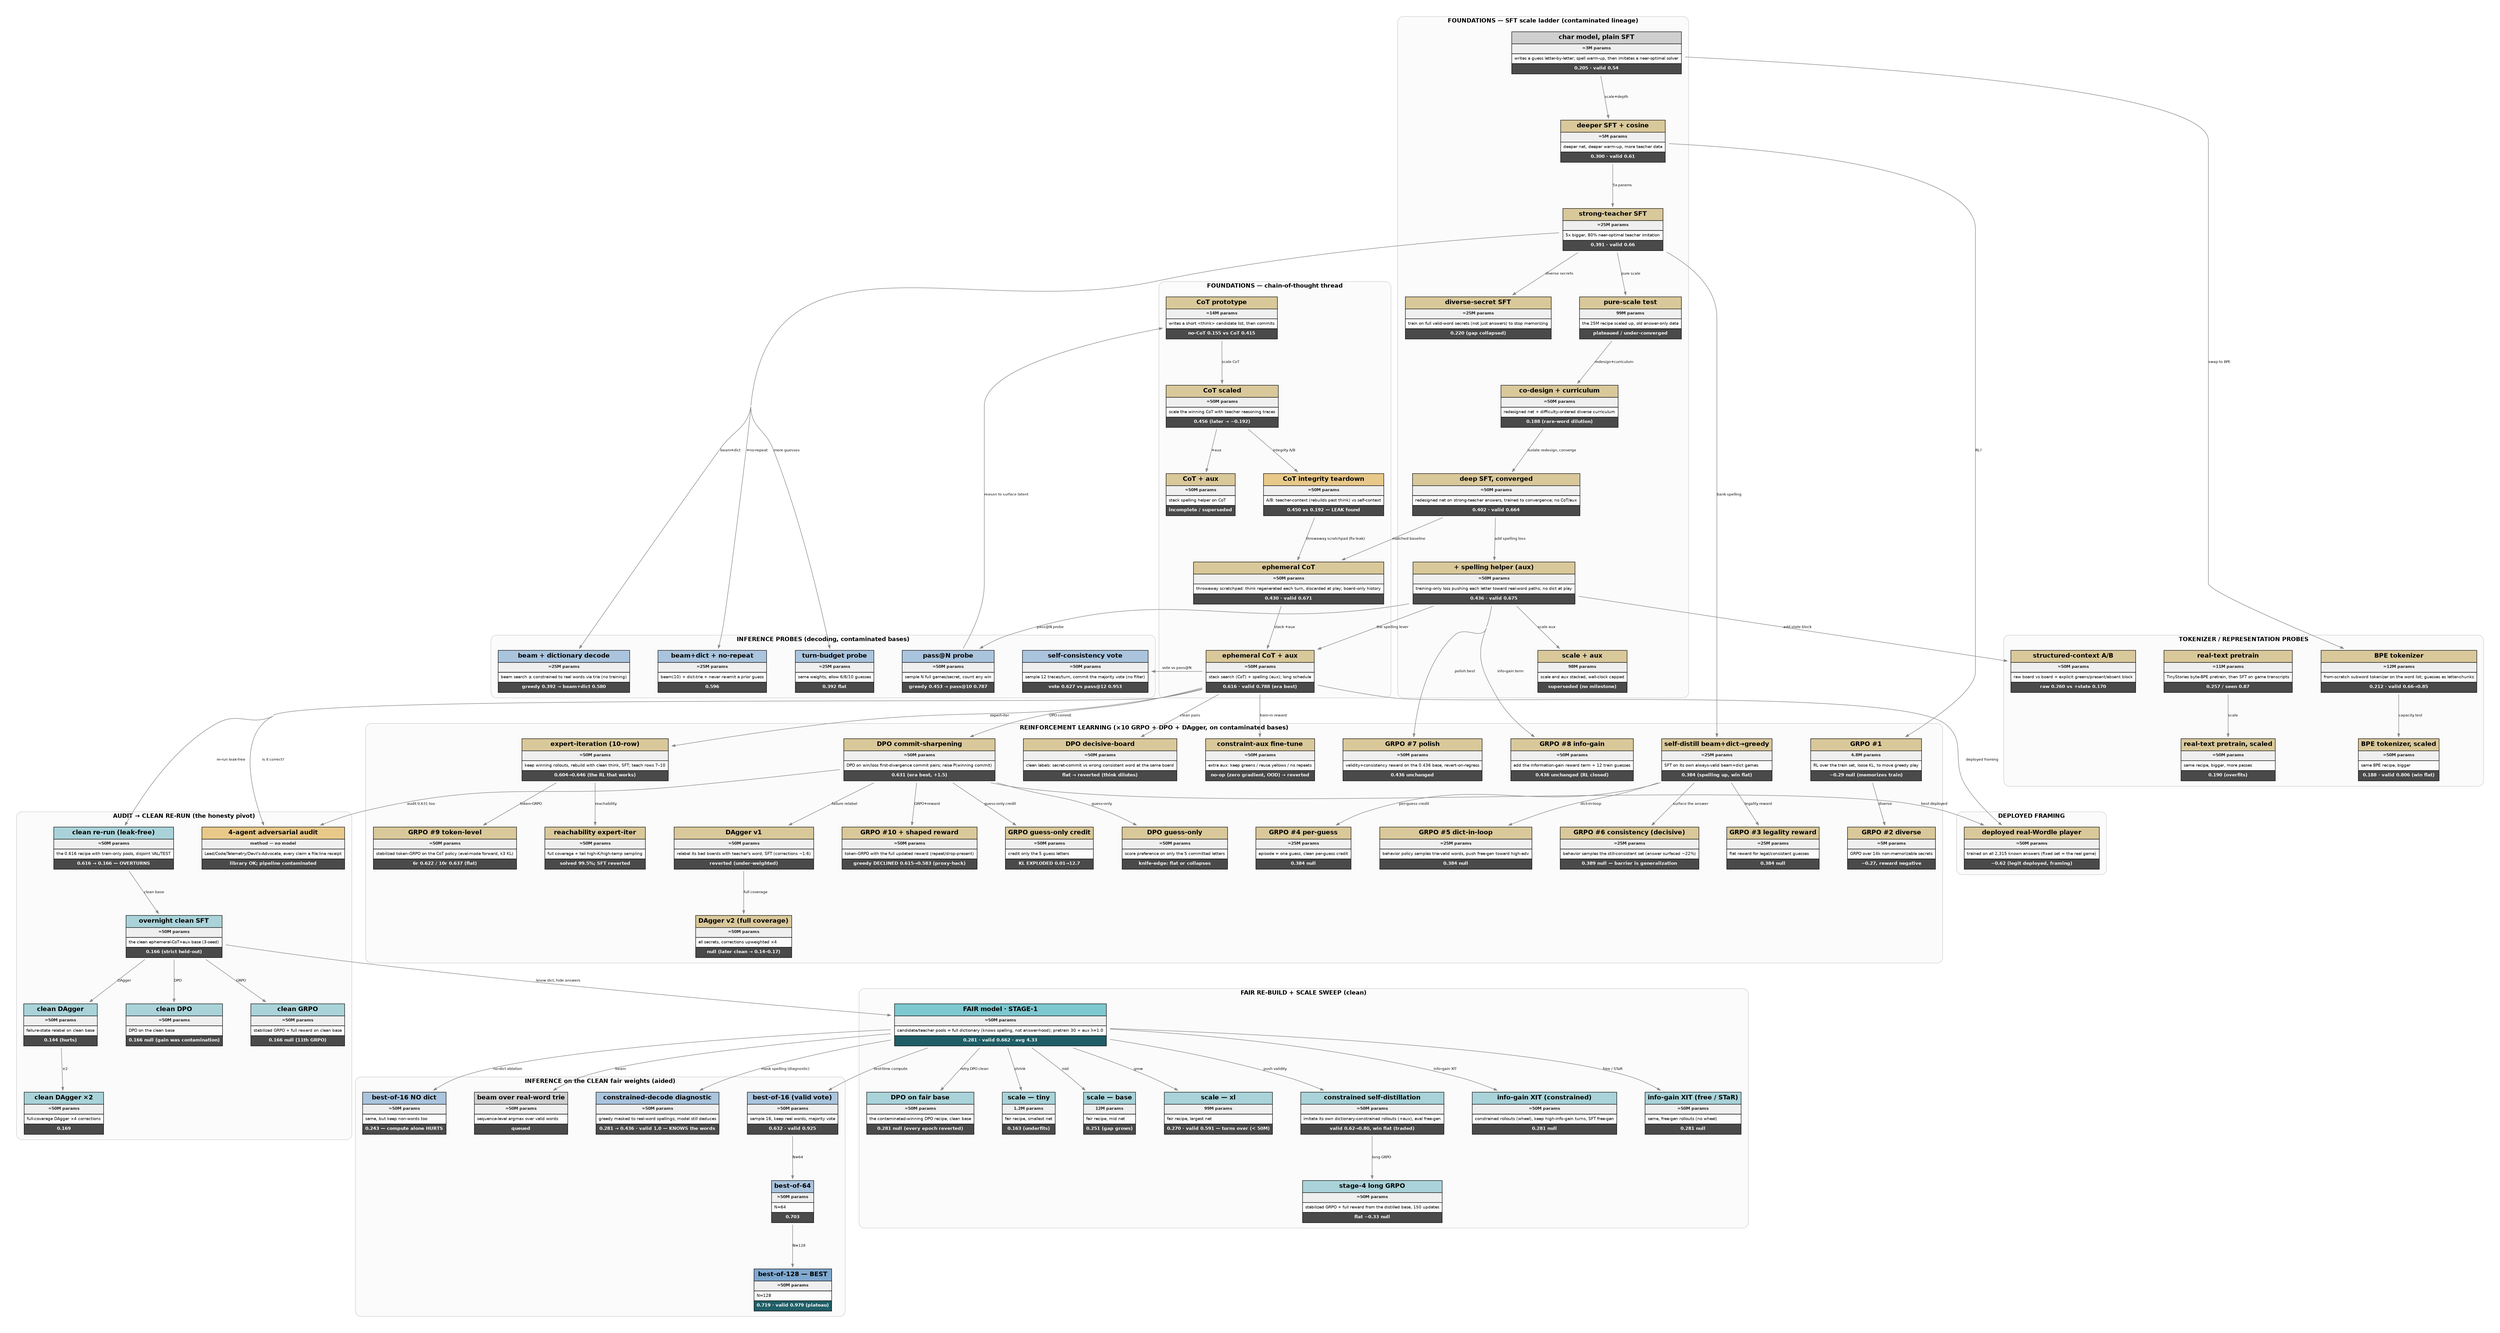
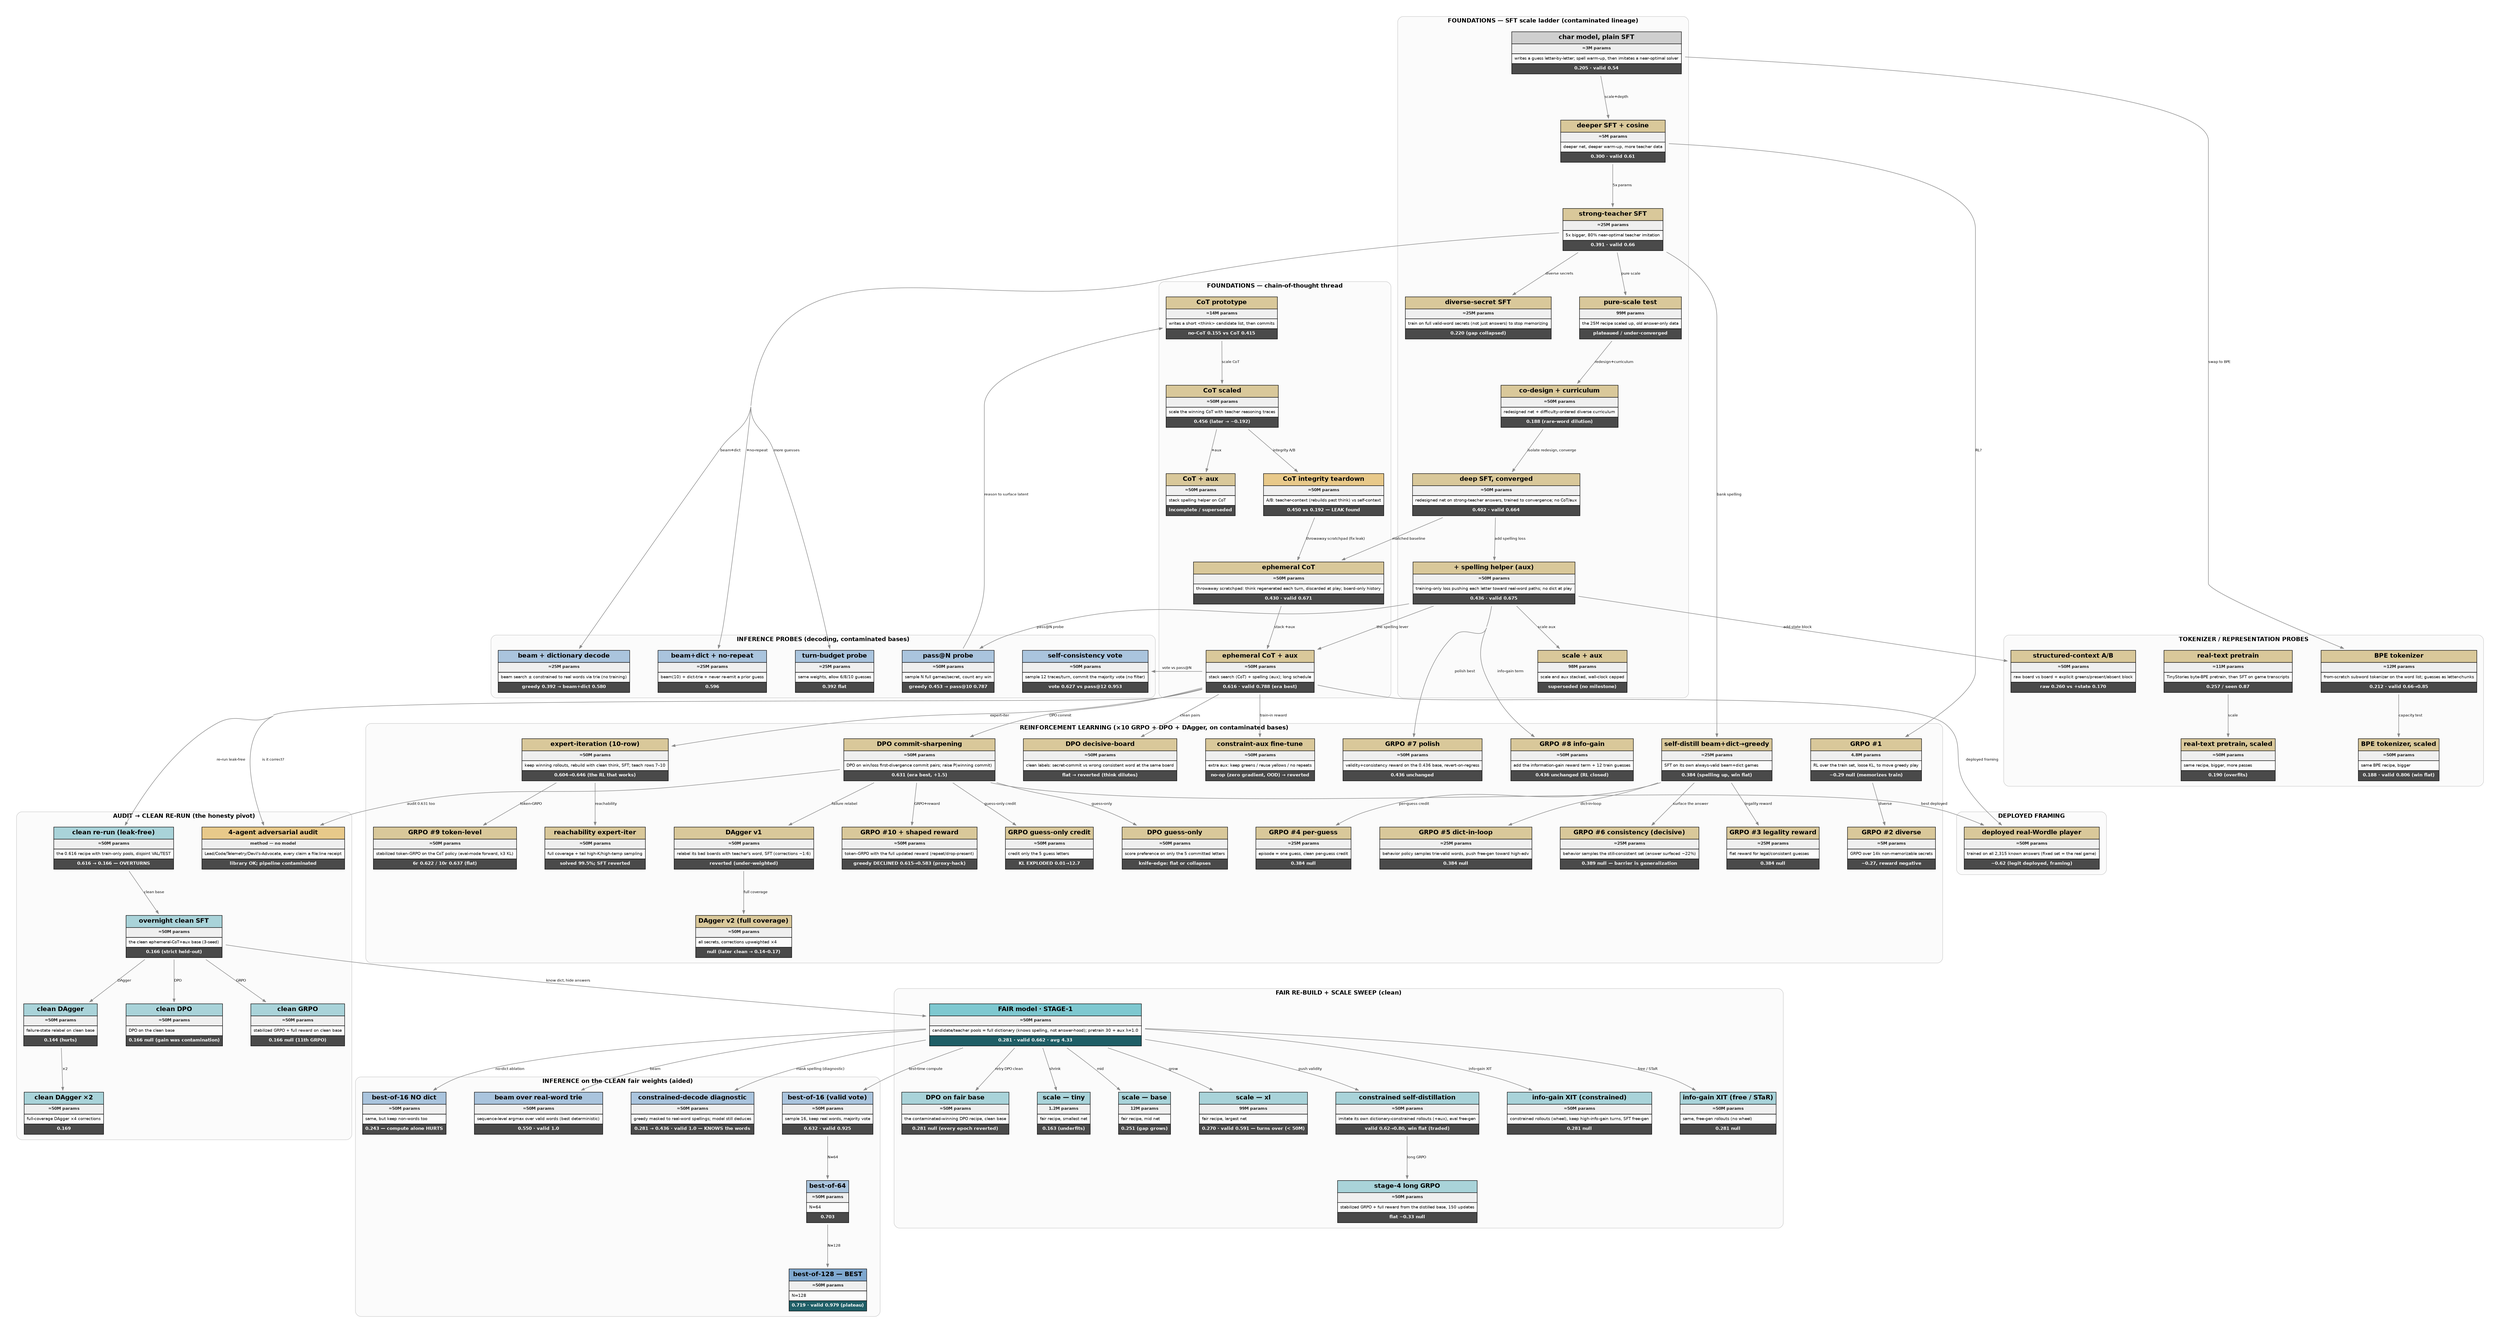
digraph experiments {
  rankdir=TB; bgcolor="white";
  graph [fontname="Helvetica", ranksep=1.2, nodesep=0.65, fontsize=13, concentrate=true, splines=spline, pad=0.4];
  node [shape=plaintext, fontname="Helvetica"];
  edge [fontname="Helvetica", fontsize=8, color="#888888", penwidth=1.1, arrowsize=0.7];
  subgraph cluster_found { label=<<B>FOUNDATIONS — SFT scale ladder (contaminated lineage)</B>>; fontsize=13; color="#cccccc"; style="rounded"; bgcolor="#fbfbfb";
    sft_3m [label=<<TABLE BORDER="0" CELLBORDER="1" CELLSPACING="0" CELLPADDING="5"><TR><TD BGCOLOR="#cfcfcf"><B>char model, plain SFT</B></TD></TR><TR><TD BGCOLOR="#efefef"><FONT POINT-SIZE="9" COLOR="#222222"><B>≈3M params</B></FONT></TD></TR><TR><TD ALIGN="LEFT"><FONT POINT-SIZE="9">writes a guess letter-by-letter; spell warm-up, then imitates a near-optimal solver</FONT></TD></TR><TR><TD BGCOLOR="#4a4a4a"><FONT COLOR="white" POINT-SIZE="10"><B>0.205 · valid 0.54</B></FONT></TD></TR></TABLE>>];
    sft_5m [label=<<TABLE BORDER="0" CELLBORDER="1" CELLSPACING="0" CELLPADDING="5"><TR><TD BGCOLOR="#d9c89a"><B>deeper SFT + cosine</B></TD></TR><TR><TD BGCOLOR="#efefef"><FONT POINT-SIZE="9" COLOR="#222222"><B>≈5M params</B></FONT></TD></TR><TR><TD ALIGN="LEFT"><FONT POINT-SIZE="9">deeper net, deeper warm-up, more teacher data</FONT></TD></TR><TR><TD BGCOLOR="#4a4a4a"><FONT COLOR="white" POINT-SIZE="10"><B>0.300 · valid 0.61</B></FONT></TD></TR></TABLE>>];
    sft_25m [label=<<TABLE BORDER="0" CELLBORDER="1" CELLSPACING="0" CELLPADDING="5"><TR><TD BGCOLOR="#d9c89a"><B>strong-teacher SFT</B></TD></TR><TR><TD BGCOLOR="#efefef"><FONT POINT-SIZE="9" COLOR="#222222"><B>≈25M params</B></FONT></TD></TR><TR><TD ALIGN="LEFT"><FONT POINT-SIZE="9">5x bigger, 80% near-optimal teacher imitation</FONT></TD></TR><TR><TD BGCOLOR="#4a4a4a"><FONT COLOR="white" POINT-SIZE="10"><B>0.391 · valid 0.66</B></FONT></TD></TR></TABLE>>];
    sft_25m_div [label=<<TABLE BORDER="0" CELLBORDER="1" CELLSPACING="0" CELLPADDING="5"><TR><TD BGCOLOR="#d9c89a"><B>diverse-secret SFT</B></TD></TR><TR><TD BGCOLOR="#efefef"><FONT POINT-SIZE="9" COLOR="#222222"><B>≈25M params</B></FONT></TD></TR><TR><TD ALIGN="LEFT"><FONT POINT-SIZE="9">train on full valid-word secrets (not just answers) to stop memorizing</FONT></TD></TR><TR><TD BGCOLOR="#4a4a4a"><FONT COLOR="white" POINT-SIZE="10"><B>0.220 (gap collapsed)</B></FONT></TD></TR></TABLE>>];
    scale_99m [label=<<TABLE BORDER="0" CELLBORDER="1" CELLSPACING="0" CELLPADDING="5"><TR><TD BGCOLOR="#d9c89a"><B>pure-scale test</B></TD></TR><TR><TD BGCOLOR="#efefef"><FONT POINT-SIZE="9" COLOR="#222222"><B>99M params</B></FONT></TD></TR><TR><TD ALIGN="LEFT"><FONT POINT-SIZE="9">the 25M recipe scaled up, old answer-only data</FONT></TD></TR><TR><TD BGCOLOR="#4a4a4a"><FONT COLOR="white" POINT-SIZE="10"><B>plateaued / under-converged</B></FONT></TD></TR></TABLE>>];
    codesign_50m [label=<<TABLE BORDER="0" CELLBORDER="1" CELLSPACING="0" CELLPADDING="5"><TR><TD BGCOLOR="#d9c89a"><B>co-design + curriculum</B></TD></TR><TR><TD BGCOLOR="#efefef"><FONT POINT-SIZE="9" COLOR="#222222"><B>≈50M params</B></FONT></TD></TR><TR><TD ALIGN="LEFT"><FONT POINT-SIZE="9">redesigned net + difficulty-ordered diverse curriculum</FONT></TD></TR><TR><TD BGCOLOR="#4a4a4a"><FONT COLOR="white" POINT-SIZE="10"><B>0.188 (rare-word dilution)</B></FONT></TD></TR></TABLE>>];
    sft_deep [label=<<TABLE BORDER="0" CELLBORDER="1" CELLSPACING="0" CELLPADDING="5"><TR><TD BGCOLOR="#d9c89a"><B>deep SFT, converged</B></TD></TR><TR><TD BGCOLOR="#efefef"><FONT POINT-SIZE="9" COLOR="#222222"><B>≈50M params</B></FONT></TD></TR><TR><TD ALIGN="LEFT"><FONT POINT-SIZE="9">redesigned net on strong-teacher answers, trained to convergence; no CoT/aux</FONT></TD></TR><TR><TD BGCOLOR="#4a4a4a"><FONT COLOR="white" POINT-SIZE="10"><B>0.402 · valid 0.664</B></FONT></TD></TR></TABLE>>];
    sft_aux [label=<<TABLE BORDER="0" CELLBORDER="1" CELLSPACING="0" CELLPADDING="5"><TR><TD BGCOLOR="#d9c89a"><B>+ spelling helper (aux)</B></TD></TR><TR><TD BGCOLOR="#efefef"><FONT POINT-SIZE="9" COLOR="#222222"><B>≈50M params</B></FONT></TD></TR><TR><TD ALIGN="LEFT"><FONT POINT-SIZE="9">training-only loss pushing each letter toward real-word paths; no dict at play</FONT></TD></TR><TR><TD BGCOLOR="#4a4a4a"><FONT COLOR="white" POINT-SIZE="10"><B>0.436 · valid 0.675</B></FONT></TD></TR></TABLE>>];
    sft_aux_xl [label=<<TABLE BORDER="0" CELLBORDER="1" CELLSPACING="0" CELLPADDING="5"><TR><TD BGCOLOR="#d9c89a"><B>scale + aux</B></TD></TR><TR><TD BGCOLOR="#efefef"><FONT POINT-SIZE="9" COLOR="#222222"><B>98M params</B></FONT></TD></TR><TR><TD ALIGN="LEFT"><FONT POINT-SIZE="9">scale and aux stacked, wall-clock capped</FONT></TD></TR><TR><TD BGCOLOR="#4a4a4a"><FONT COLOR="white" POINT-SIZE="10"><B>superseded (no milestone)</B></FONT></TD></TR></TABLE>>];
  }
  subgraph cluster_cot { label=<<B>FOUNDATIONS — chain-of-thought thread</B>>; fontsize=13; color="#cccccc"; style="rounded"; bgcolor="#fbfbfb";
    cot_14m [label=<<TABLE BORDER="0" CELLBORDER="1" CELLSPACING="0" CELLPADDING="5"><TR><TD BGCOLOR="#d9c89a"><B>CoT prototype</B></TD></TR><TR><TD BGCOLOR="#efefef"><FONT POINT-SIZE="9" COLOR="#222222"><B>≈14M params</B></FONT></TD></TR><TR><TD ALIGN="LEFT"><FONT POINT-SIZE="9">writes a short &lt;think&gt; candidate list, then commits</FONT></TD></TR><TR><TD BGCOLOR="#4a4a4a"><FONT COLOR="white" POINT-SIZE="10"><B>no-CoT 0.155 vs CoT 0.415</B></FONT></TD></TR></TABLE>>];
    cot_50m [label=<<TABLE BORDER="0" CELLBORDER="1" CELLSPACING="0" CELLPADDING="5"><TR><TD BGCOLOR="#d9c89a"><B>CoT scaled</B></TD></TR><TR><TD BGCOLOR="#efefef"><FONT POINT-SIZE="9" COLOR="#222222"><B>≈50M params</B></FONT></TD></TR><TR><TD ALIGN="LEFT"><FONT POINT-SIZE="9">scale the winning CoT with teacher reasoning traces</FONT></TD></TR><TR><TD BGCOLOR="#4a4a4a"><FONT COLOR="white" POINT-SIZE="10"><B>0.456 (later → ~0.192)</B></FONT></TD></TR></TABLE>>];
    cot_50m_aux [label=<<TABLE BORDER="0" CELLBORDER="1" CELLSPACING="0" CELLPADDING="5"><TR><TD BGCOLOR="#d9c89a"><B>CoT + aux</B></TD></TR><TR><TD BGCOLOR="#efefef"><FONT POINT-SIZE="9" COLOR="#222222"><B>≈50M params</B></FONT></TD></TR><TR><TD ALIGN="LEFT"><FONT POINT-SIZE="9">stack spelling helper on CoT</FONT></TD></TR><TR><TD BGCOLOR="#4a4a4a"><FONT COLOR="white" POINT-SIZE="10"><B>incomplete / superseded</B></FONT></TD></TR></TABLE>>];
    cot_show [label=<<TABLE BORDER="0" CELLBORDER="1" CELLSPACING="0" CELLPADDING="5"><TR><TD BGCOLOR="#e8c98a"><B>CoT integrity teardown</B></TD></TR><TR><TD BGCOLOR="#efefef"><FONT POINT-SIZE="9" COLOR="#222222"><B>≈50M params</B></FONT></TD></TR><TR><TD ALIGN="LEFT"><FONT POINT-SIZE="9">A/B: teacher-context (rebuilds past think) vs self-context</FONT></TD></TR><TR><TD BGCOLOR="#4a4a4a"><FONT COLOR="white" POINT-SIZE="10"><B>0.450 vs 0.192 — LEAK found</B></FONT></TD></TR></TABLE>>];
    cot_eph [label=<<TABLE BORDER="0" CELLBORDER="1" CELLSPACING="0" CELLPADDING="5"><TR><TD BGCOLOR="#d9c89a"><B>ephemeral CoT</B></TD></TR><TR><TD BGCOLOR="#efefef"><FONT POINT-SIZE="9" COLOR="#222222"><B>≈50M params</B></FONT></TD></TR><TR><TD ALIGN="LEFT"><FONT POINT-SIZE="9">throwaway scratchpad: think regenerated each turn, discarded at play; board-only history</FONT></TD></TR><TR><TD BGCOLOR="#4a4a4a"><FONT COLOR="white" POINT-SIZE="10"><B>0.430 · valid 0.671</B></FONT></TD></TR></TABLE>>];
    cot_eph_aux [label=<<TABLE BORDER="0" CELLBORDER="1" CELLSPACING="0" CELLPADDING="5"><TR><TD BGCOLOR="#d9c89a"><B>ephemeral CoT + aux</B></TD></TR><TR><TD BGCOLOR="#efefef"><FONT POINT-SIZE="9" COLOR="#222222"><B>≈50M params</B></FONT></TD></TR><TR><TD ALIGN="LEFT"><FONT POINT-SIZE="9">stack search (CoT) + spelling (aux); long schedule</FONT></TD></TR><TR><TD BGCOLOR="#4a4a4a"><FONT COLOR="white" POINT-SIZE="10"><B>0.616 · valid 0.788 (era best)</B></FONT></TD></TR></TABLE>>];
  }
  subgraph cluster_val { label=<<B>TOKENIZER / REPRESENTATION PROBES</B>>; fontsize=13; color="#cccccc"; style="rounded"; bgcolor="#fbfbfb";
    bpe_12m [label=<<TABLE BORDER="0" CELLBORDER="1" CELLSPACING="0" CELLPADDING="5"><TR><TD BGCOLOR="#d9c89a"><B>BPE tokenizer</B></TD></TR><TR><TD BGCOLOR="#efefef"><FONT POINT-SIZE="9" COLOR="#222222"><B>≈12M params</B></FONT></TD></TR><TR><TD ALIGN="LEFT"><FONT POINT-SIZE="9">from-scratch subword tokenizer on the word list; guesses as letter-chunks</FONT></TD></TR><TR><TD BGCOLOR="#4a4a4a"><FONT COLOR="white" POINT-SIZE="10"><B>0.212 · valid 0.66→0.85</B></FONT></TD></TR></TABLE>>];
    bpe_50m [label=<<TABLE BORDER="0" CELLBORDER="1" CELLSPACING="0" CELLPADDING="5"><TR><TD BGCOLOR="#d9c89a"><B>BPE tokenizer, scaled</B></TD></TR><TR><TD BGCOLOR="#efefef"><FONT POINT-SIZE="9" COLOR="#222222"><B>≈50M params</B></FONT></TD></TR><TR><TD ALIGN="LEFT"><FONT POINT-SIZE="9">same BPE recipe, bigger</FONT></TD></TR><TR><TD BGCOLOR="#4a4a4a"><FONT COLOR="white" POINT-SIZE="10"><B>0.188 · valid 0.806 (win flat)</B></FONT></TD></TR></TABLE>>];
    oreo_11m [label=<<TABLE BORDER="0" CELLBORDER="1" CELLSPACING="0" CELLPADDING="5"><TR><TD BGCOLOR="#d9c89a"><B>real-text pretrain</B></TD></TR><TR><TD BGCOLOR="#efefef"><FONT POINT-SIZE="9" COLOR="#222222"><B>≈11M params</B></FONT></TD></TR><TR><TD ALIGN="LEFT"><FONT POINT-SIZE="9">TinyStories byte-BPE pretrain, then SFT on game transcripts</FONT></TD></TR><TR><TD BGCOLOR="#4a4a4a"><FONT COLOR="white" POINT-SIZE="10"><B>0.257 / seen 0.87</B></FONT></TD></TR></TABLE>>];
    oreo_50m [label=<<TABLE BORDER="0" CELLBORDER="1" CELLSPACING="0" CELLPADDING="5"><TR><TD BGCOLOR="#d9c89a"><B>real-text pretrain, scaled</B></TD></TR><TR><TD BGCOLOR="#efefef"><FONT POINT-SIZE="9" COLOR="#222222"><B>≈50M params</B></FONT></TD></TR><TR><TD ALIGN="LEFT"><FONT POINT-SIZE="9">same recipe, bigger, more passes</FONT></TD></TR><TR><TD BGCOLOR="#4a4a4a"><FONT COLOR="white" POINT-SIZE="10"><B>0.190 (overfits)</B></FONT></TD></TR></TABLE>>];
    structured_ctx [label=<<TABLE BORDER="0" CELLBORDER="1" CELLSPACING="0" CELLPADDING="5"><TR><TD BGCOLOR="#d9c89a"><B>structured-context A/B</B></TD></TR><TR><TD BGCOLOR="#efefef"><FONT POINT-SIZE="9" COLOR="#222222"><B>≈50M params</B></FONT></TD></TR><TR><TD ALIGN="LEFT"><FONT POINT-SIZE="9">raw board vs board + explicit greens/present/absent block</FONT></TD></TR><TR><TD BGCOLOR="#4a4a4a"><FONT COLOR="white" POINT-SIZE="10"><B>raw 0.260 vs +state 0.170</B></FONT></TD></TR></TABLE>>];
  }
  subgraph cluster_rl { label=<<B>REINFORCEMENT LEARNING (×10 GRPO + DPO + DAgger, on contaminated bases)</B>>; fontsize=13; color="#cccccc"; style="rounded"; bgcolor="#fbfbfb";
    grpo_5m [label=<<TABLE BORDER="0" CELLBORDER="1" CELLSPACING="0" CELLPADDING="5"><TR><TD BGCOLOR="#d9c89a"><B>GRPO #1</B></TD></TR><TR><TD BGCOLOR="#efefef"><FONT POINT-SIZE="9" COLOR="#222222"><B>4.8M params</B></FONT></TD></TR><TR><TD ALIGN="LEFT"><FONT POINT-SIZE="9">RL over the train set, loose KL, to move greedy play</FONT></TD></TR><TR><TD BGCOLOR="#4a4a4a"><FONT COLOR="white" POINT-SIZE="10"><B>~0.29 null (memorizes train)</B></FONT></TD></TR></TABLE>>];
    grpo_5m_div [label=<<TABLE BORDER="0" CELLBORDER="1" CELLSPACING="0" CELLPADDING="5"><TR><TD BGCOLOR="#d9c89a"><B>GRPO #2 diverse</B></TD></TR><TR><TD BGCOLOR="#efefef"><FONT POINT-SIZE="9" COLOR="#222222"><B>≈5M params</B></FONT></TD></TR><TR><TD ALIGN="LEFT"><FONT POINT-SIZE="9">GRPO over 14k non-memorizable secrets</FONT></TD></TR><TR><TD BGCOLOR="#4a4a4a"><FONT COLOR="white" POINT-SIZE="10"><B>~0.27, reward negative</B></FONT></TD></TR></TABLE>>];
    self_distill_25m [label=<<TABLE BORDER="0" CELLBORDER="1" CELLSPACING="0" CELLPADDING="5"><TR><TD BGCOLOR="#d9c89a"><B>self-distill beam+dict→greedy</B></TD></TR><TR><TD BGCOLOR="#efefef"><FONT POINT-SIZE="9" COLOR="#222222"><B>≈25M params</B></FONT></TD></TR><TR><TD ALIGN="LEFT"><FONT POINT-SIZE="9">SFT on its own always-valid beam+dict games</FONT></TD></TR><TR><TD BGCOLOR="#4a4a4a"><FONT COLOR="white" POINT-SIZE="10"><B>0.384 (spelling up, win flat)</B></FONT></TD></TR></TABLE>>];
    rl_consistency [label=<<TABLE BORDER="0" CELLBORDER="1" CELLSPACING="0" CELLPADDING="5"><TR><TD BGCOLOR="#d9c89a"><B>GRPO #3 legality reward</B></TD></TR><TR><TD BGCOLOR="#efefef"><FONT POINT-SIZE="9" COLOR="#222222"><B>≈25M params</B></FONT></TD></TR><TR><TD ALIGN="LEFT"><FONT POINT-SIZE="9">flat reward for legal/consistent guesses</FONT></TD></TR><TR><TD BGCOLOR="#4a4a4a"><FONT COLOR="white" POINT-SIZE="10"><B>0.384 null</B></FONT></TD></TR></TABLE>>];
    rl_perguess [label=<<TABLE BORDER="0" CELLBORDER="1" CELLSPACING="0" CELLPADDING="5"><TR><TD BGCOLOR="#d9c89a"><B>GRPO #4 per-guess</B></TD></TR><TR><TD BGCOLOR="#efefef"><FONT POINT-SIZE="9" COLOR="#222222"><B>≈25M params</B></FONT></TD></TR><TR><TD ALIGN="LEFT"><FONT POINT-SIZE="9">episode = one guess, clean per-guess credit</FONT></TD></TR><TR><TD BGCOLOR="#4a4a4a"><FONT COLOR="white" POINT-SIZE="10"><B>0.384 null</B></FONT></TD></TR></TABLE>>];
    rl_dict [label=<<TABLE BORDER="0" CELLBORDER="1" CELLSPACING="0" CELLPADDING="5"><TR><TD BGCOLOR="#d9c89a"><B>GRPO #5 dict-in-loop</B></TD></TR><TR><TD BGCOLOR="#efefef"><FONT POINT-SIZE="9" COLOR="#222222"><B>≈25M params</B></FONT></TD></TR><TR><TD ALIGN="LEFT"><FONT POINT-SIZE="9">behavior policy samples trie-valid words, push free-gen toward high-adv</FONT></TD></TR><TR><TD BGCOLOR="#4a4a4a"><FONT COLOR="white" POINT-SIZE="10"><B>0.384 null</B></FONT></TD></TR></TABLE>>];
    rl_constrained [label=<<TABLE BORDER="0" CELLBORDER="1" CELLSPACING="0" CELLPADDING="5"><TR><TD BGCOLOR="#d9c89a"><B>GRPO #6 consistency (decisive)</B></TD></TR><TR><TD BGCOLOR="#efefef"><FONT POINT-SIZE="9" COLOR="#222222"><B>≈25M params</B></FONT></TD></TR><TR><TD ALIGN="LEFT"><FONT POINT-SIZE="9">behavior samples the still-consistent set (answer surfaced ~22%)</FONT></TD></TR><TR><TD BGCOLOR="#4a4a4a"><FONT COLOR="white" POINT-SIZE="10"><B>0.389 null — barrier is generalization</B></FONT></TD></TR></TABLE>>];
    rl_polish [label=<<TABLE BORDER="0" CELLBORDER="1" CELLSPACING="0" CELLPADDING="5"><TR><TD BGCOLOR="#d9c89a"><B>GRPO #7 polish</B></TD></TR><TR><TD BGCOLOR="#efefef"><FONT POINT-SIZE="9" COLOR="#222222"><B>≈50M params</B></FONT></TD></TR><TR><TD ALIGN="LEFT"><FONT POINT-SIZE="9">validity+consistency reward on the 0.436 base, revert-on-regress</FONT></TD></TR><TR><TD BGCOLOR="#4a4a4a"><FONT COLOR="white" POINT-SIZE="10"><B>0.436 unchanged</B></FONT></TD></TR></TABLE>>];
    rl_infogain [label=<<TABLE BORDER="0" CELLBORDER="1" CELLSPACING="0" CELLPADDING="5"><TR><TD BGCOLOR="#d9c89a"><B>GRPO #8 info-gain</B></TD></TR><TR><TD BGCOLOR="#efefef"><FONT POINT-SIZE="9" COLOR="#222222"><B>≈50M params</B></FONT></TD></TR><TR><TD ALIGN="LEFT"><FONT POINT-SIZE="9">add the information-gain reward term + 12 train guesses</FONT></TD></TR><TR><TD BGCOLOR="#4a4a4a"><FONT COLOR="white" POINT-SIZE="10"><B>0.436 unchanged (RL closed)</B></FONT></TD></TR></TABLE>>];
    rl_expert_10row [label=<<TABLE BORDER="0" CELLBORDER="1" CELLSPACING="0" CELLPADDING="5"><TR><TD BGCOLOR="#d9c89a"><B>expert-iteration (10-row)</B></TD></TR><TR><TD BGCOLOR="#efefef"><FONT POINT-SIZE="9" COLOR="#222222"><B>≈50M params</B></FONT></TD></TR><TR><TD ALIGN="LEFT"><FONT POINT-SIZE="9">keep winning rollouts, rebuild with clean think, SFT; teach rows 7–10</FONT></TD></TR><TR><TD BGCOLOR="#4a4a4a"><FONT COLOR="white" POINT-SIZE="10"><B>0.604→0.646 (the RL that works)</B></FONT></TD></TR></TABLE>>];
    rl_expert_tail [label=<<TABLE BORDER="0" CELLBORDER="1" CELLSPACING="0" CELLPADDING="5"><TR><TD BGCOLOR="#d9c89a"><B>reachability expert-iter</B></TD></TR><TR><TD BGCOLOR="#efefef"><FONT POINT-SIZE="9" COLOR="#222222"><B>≈50M params</B></FONT></TD></TR><TR><TD ALIGN="LEFT"><FONT POINT-SIZE="9">full coverage + tail high-K/high-temp sampling</FONT></TD></TR><TR><TD BGCOLOR="#4a4a4a"><FONT COLOR="white" POINT-SIZE="10"><B>solved 99.5%; SFT reverted</B></FONT></TD></TR></TABLE>>];
    rl_grpo_polish [label=<<TABLE BORDER="0" CELLBORDER="1" CELLSPACING="0" CELLPADDING="5"><TR><TD BGCOLOR="#d9c89a"><B>GRPO #9 token-level</B></TD></TR><TR><TD BGCOLOR="#efefef"><FONT POINT-SIZE="9" COLOR="#222222"><B>≈50M params</B></FONT></TD></TR><TR><TD ALIGN="LEFT"><FONT POINT-SIZE="9">stabilized token-GRPO on the CoT policy (eval-mode forward, k3 KL)</FONT></TD></TR><TR><TD BGCOLOR="#4a4a4a"><FONT COLOR="white" POINT-SIZE="10"><B>6r 0.622 / 10r 0.637 (flat)</B></FONT></TD></TR></TABLE>>];
    dpo_commit [label=<<TABLE BORDER="0" CELLBORDER="1" CELLSPACING="0" CELLPADDING="5"><TR><TD BGCOLOR="#d9c89a"><B>DPO commit-sharpening</B></TD></TR><TR><TD BGCOLOR="#efefef"><FONT POINT-SIZE="9" COLOR="#222222"><B>≈50M params</B></FONT></TD></TR><TR><TD ALIGN="LEFT"><FONT POINT-SIZE="9">DPO on win/loss first-divergence commit pairs; raise P(winning commit)</FONT></TD></TR><TR><TD BGCOLOR="#4a4a4a"><FONT COLOR="white" POINT-SIZE="10"><B>0.631 (era best, +1.5)</B></FONT></TD></TR></TABLE>>];
    dpo_decisive [label=<<TABLE BORDER="0" CELLBORDER="1" CELLSPACING="0" CELLPADDING="5"><TR><TD BGCOLOR="#d9c89a"><B>DPO decisive-board</B></TD></TR><TR><TD BGCOLOR="#efefef"><FONT POINT-SIZE="9" COLOR="#222222"><B>≈50M params</B></FONT></TD></TR><TR><TD ALIGN="LEFT"><FONT POINT-SIZE="9">clean labels: secret-commit vs wrong consistent word at the same board</FONT></TD></TR><TR><TD BGCOLOR="#4a4a4a"><FONT COLOR="white" POINT-SIZE="10"><B>flat → reverted (think dilutes)</B></FONT></TD></TR></TABLE>>];
    dpo_guessonly [label=<<TABLE BORDER="0" CELLBORDER="1" CELLSPACING="0" CELLPADDING="5"><TR><TD BGCOLOR="#d9c89a"><B>DPO guess-only</B></TD></TR><TR><TD BGCOLOR="#efefef"><FONT POINT-SIZE="9" COLOR="#222222"><B>≈50M params</B></FONT></TD></TR><TR><TD ALIGN="LEFT"><FONT POINT-SIZE="9">score preference on only the 5 committed letters</FONT></TD></TR><TR><TD BGCOLOR="#4a4a4a"><FONT COLOR="white" POINT-SIZE="10"><B>knife-edge: flat or collapses</B></FONT></TD></TR></TABLE>>];
    constraint_aux [label=<<TABLE BORDER="0" CELLBORDER="1" CELLSPACING="0" CELLPADDING="5"><TR><TD BGCOLOR="#d9c89a"><B>constraint-aux fine-tune</B></TD></TR><TR><TD BGCOLOR="#efefef"><FONT POINT-SIZE="9" COLOR="#222222"><B>≈50M params</B></FONT></TD></TR><TR><TD ALIGN="LEFT"><FONT POINT-SIZE="9">extra aux: keep greens / reuse yellows / no repeats</FONT></TD></TR><TR><TD BGCOLOR="#4a4a4a"><FONT COLOR="white" POINT-SIZE="10"><B>no-op (zero gradient, OOD) → reverted</B></FONT></TD></TR></TABLE>>];
    dagger_v1 [label=<<TABLE BORDER="0" CELLBORDER="1" CELLSPACING="0" CELLPADDING="5"><TR><TD BGCOLOR="#d9c89a"><B>DAgger v1</B></TD></TR><TR><TD BGCOLOR="#efefef"><FONT POINT-SIZE="9" COLOR="#222222"><B>≈50M params</B></FONT></TD></TR><TR><TD ALIGN="LEFT"><FONT POINT-SIZE="9">relabel its bad boards with teacher's word, SFT (corrections ~1:6)</FONT></TD></TR><TR><TD BGCOLOR="#4a4a4a"><FONT COLOR="white" POINT-SIZE="10"><B>reverted (under-weighted)</B></FONT></TD></TR></TABLE>>];
    rl_grpo_reward [label=<<TABLE BORDER="0" CELLBORDER="1" CELLSPACING="0" CELLPADDING="5"><TR><TD BGCOLOR="#d9c89a"><B>GRPO #10 + shaped reward</B></TD></TR><TR><TD BGCOLOR="#efefef"><FONT POINT-SIZE="9" COLOR="#222222"><B>≈50M params</B></FONT></TD></TR><TR><TD ALIGN="LEFT"><FONT POINT-SIZE="9">token-GRPO with the full updated reward (repeat/drop-present)</FONT></TD></TR><TR><TD BGCOLOR="#4a4a4a"><FONT COLOR="white" POINT-SIZE="10"><B>greedy DECLINED 0.615→0.583 (proxy-hack)</B></FONT></TD></TR></TABLE>>];
    rl_grpo_guessonly [label=<<TABLE BORDER="0" CELLBORDER="1" CELLSPACING="0" CELLPADDING="5"><TR><TD BGCOLOR="#d9c89a"><B>GRPO guess-only credit</B></TD></TR><TR><TD BGCOLOR="#efefef"><FONT POINT-SIZE="9" COLOR="#222222"><B>≈50M params</B></FONT></TD></TR><TR><TD ALIGN="LEFT"><FONT POINT-SIZE="9">credit only the 5 guess letters</FONT></TD></TR><TR><TD BGCOLOR="#4a4a4a"><FONT COLOR="white" POINT-SIZE="10"><B>KL EXPLODED 0.01→12.7</B></FONT></TD></TR></TABLE>>];
    dagger_v2 [label=<<TABLE BORDER="0" CELLBORDER="1" CELLSPACING="0" CELLPADDING="5"><TR><TD BGCOLOR="#d9c89a"><B>DAgger v2 (full coverage)</B></TD></TR><TR><TD BGCOLOR="#efefef"><FONT POINT-SIZE="9" COLOR="#222222"><B>≈50M params</B></FONT></TD></TR><TR><TD ALIGN="LEFT"><FONT POINT-SIZE="9">all secrets, corrections upweighted ×4</FONT></TD></TR><TR><TD BGCOLOR="#4a4a4a"><FONT COLOR="white" POINT-SIZE="10"><B>null (later clean → 0.14–0.17)</B></FONT></TD></TR></TABLE>>];
  }
  subgraph cluster_audit { label=<<B>AUDIT → CLEAN RE-RUN (the honesty pivot)</B>>; fontsize=13; color="#cccccc"; style="rounded"; bgcolor="#fbfbfb";
    audit [label=<<TABLE BORDER="0" CELLBORDER="1" CELLSPACING="0" CELLPADDING="5"><TR><TD BGCOLOR="#e8c98a"><B>4-agent adversarial audit</B></TD></TR><TR><TD BGCOLOR="#efefef"><FONT POINT-SIZE="9" COLOR="#222222"><B>method — no model</B></FONT></TD></TR><TR><TD ALIGN="LEFT"><FONT POINT-SIZE="9">Lead/Code/Telemetry/Devil's-Advocate, every claim a file:line receipt</FONT></TD></TR><TR><TD BGCOLOR="#4a4a4a"><FONT COLOR="white" POINT-SIZE="10"><B>library OK; pipeline contaminated</B></FONT></TD></TR></TABLE>>];
    clean_rerun [label=<<TABLE BORDER="0" CELLBORDER="1" CELLSPACING="0" CELLPADDING="5"><TR><TD BGCOLOR="#a9d3d9"><B>clean re-run (leak-free)</B></TD></TR><TR><TD BGCOLOR="#efefef"><FONT POINT-SIZE="9" COLOR="#222222"><B>≈50M params</B></FONT></TD></TR><TR><TD ALIGN="LEFT"><FONT POINT-SIZE="9">the 0.616 recipe with train-only pools, disjoint VAL/TEST</FONT></TD></TR><TR><TD BGCOLOR="#4a4a4a"><FONT COLOR="white" POINT-SIZE="10"><B>0.616 → 0.166 — OVERTURNS</B></FONT></TD></TR></TABLE>>];
    overnight_clean_sft [label=<<TABLE BORDER="0" CELLBORDER="1" CELLSPACING="0" CELLPADDING="5"><TR><TD BGCOLOR="#a9d3d9"><B>overnight clean SFT</B></TD></TR><TR><TD BGCOLOR="#efefef"><FONT POINT-SIZE="9" COLOR="#222222"><B>≈50M params</B></FONT></TD></TR><TR><TD ALIGN="LEFT"><FONT POINT-SIZE="9">the clean ephemeral-CoT+aux base (3-seed)</FONT></TD></TR><TR><TD BGCOLOR="#4a4a4a"><FONT COLOR="white" POINT-SIZE="10"><B>0.166 (strict held-out)</B></FONT></TD></TR></TABLE>>];
    overnight_clean_dpo [label=<<TABLE BORDER="0" CELLBORDER="1" CELLSPACING="0" CELLPADDING="5"><TR><TD BGCOLOR="#a9d3d9"><B>clean DPO</B></TD></TR><TR><TD BGCOLOR="#efefef"><FONT POINT-SIZE="9" COLOR="#222222"><B>≈50M params</B></FONT></TD></TR><TR><TD ALIGN="LEFT"><FONT POINT-SIZE="9">DPO on the clean base</FONT></TD></TR><TR><TD BGCOLOR="#4a4a4a"><FONT COLOR="white" POINT-SIZE="10"><B>0.166 null (gain was contamination)</B></FONT></TD></TR></TABLE>>];
    overnight_clean_grpo [label=<<TABLE BORDER="0" CELLBORDER="1" CELLSPACING="0" CELLPADDING="5"><TR><TD BGCOLOR="#a9d3d9"><B>clean GRPO</B></TD></TR><TR><TD BGCOLOR="#efefef"><FONT POINT-SIZE="9" COLOR="#222222"><B>≈50M params</B></FONT></TD></TR><TR><TD ALIGN="LEFT"><FONT POINT-SIZE="9">stabilized GRPO + full reward on clean base</FONT></TD></TR><TR><TD BGCOLOR="#4a4a4a"><FONT COLOR="white" POINT-SIZE="10"><B>0.166 null (11th GRPO)</B></FONT></TD></TR></TABLE>>];
    overnight_clean_dagger [label=<<TABLE BORDER="0" CELLBORDER="1" CELLSPACING="0" CELLPADDING="5"><TR><TD BGCOLOR="#a9d3d9"><B>clean DAgger</B></TD></TR><TR><TD BGCOLOR="#efefef"><FONT POINT-SIZE="9" COLOR="#222222"><B>≈50M params</B></FONT></TD></TR><TR><TD ALIGN="LEFT"><FONT POINT-SIZE="9">failure-state relabel on clean base</FONT></TD></TR><TR><TD BGCOLOR="#4a4a4a"><FONT COLOR="white" POINT-SIZE="10"><B>0.144 (hurts)</B></FONT></TD></TR></TABLE>>];
    overnight_clean_dagger2 [label=<<TABLE BORDER="0" CELLBORDER="1" CELLSPACING="0" CELLPADDING="5"><TR><TD BGCOLOR="#a9d3d9"><B>clean DAgger ×2</B></TD></TR><TR><TD BGCOLOR="#efefef"><FONT POINT-SIZE="9" COLOR="#222222"><B>≈50M params</B></FONT></TD></TR><TR><TD ALIGN="LEFT"><FONT POINT-SIZE="9">full-coverage DAgger ×4 corrections</FONT></TD></TR><TR><TD BGCOLOR="#4a4a4a"><FONT COLOR="white" POINT-SIZE="10"><B>0.169</B></FONT></TD></TR></TABLE>>];
  }
  subgraph cluster_scale { label=<<B>FAIR RE-BUILD + SCALE SWEEP (clean)</B>>; fontsize=13; color="#cccccc"; style="rounded"; bgcolor="#fbfbfb";
    fair_stage1 [label=<<TABLE BORDER="0" CELLBORDER="1" CELLSPACING="0" CELLPADDING="5"><TR><TD BGCOLOR="#7ec8d0"><B>FAIR model · STAGE-1</B></TD></TR><TR><TD BGCOLOR="#efefef"><FONT POINT-SIZE="9" COLOR="#222222"><B>≈50M params</B></FONT></TD></TR><TR><TD ALIGN="LEFT"><FONT POINT-SIZE="9">candidate/teacher pools = full dictionary (knows spelling, not answer-hood); pretrain 30 + aux λ=1.0</FONT></TD></TR><TR><TD BGCOLOR="#1f5e66"><FONT COLOR="white" POINT-SIZE="10"><B>0.281 · valid 0.662 · avg 4.33</B></FONT></TD></TR></TABLE>>];
    distill_constrained [label=<<TABLE BORDER="0" CELLBORDER="1" CELLSPACING="0" CELLPADDING="5"><TR><TD BGCOLOR="#a9d3d9"><B>constrained self-distillation</B></TD></TR><TR><TD BGCOLOR="#efefef"><FONT POINT-SIZE="9" COLOR="#222222"><B>≈50M params</B></FONT></TD></TR><TR><TD ALIGN="LEFT"><FONT POINT-SIZE="9">imitate its own dictionary-constrained rollouts (+aux), eval free-gen</FONT></TD></TR><TR><TD BGCOLOR="#4a4a4a"><FONT COLOR="white" POINT-SIZE="10"><B>valid 0.62→0.80, win flat (traded)</B></FONT></TD></TR></TABLE>>];
    infogain_xit_c [label=<<TABLE BORDER="0" CELLBORDER="1" CELLSPACING="0" CELLPADDING="5"><TR><TD BGCOLOR="#a9d3d9"><B>info-gain XIT (constrained)</B></TD></TR><TR><TD BGCOLOR="#efefef"><FONT POINT-SIZE="9" COLOR="#222222"><B>≈50M params</B></FONT></TD></TR><TR><TD ALIGN="LEFT"><FONT POINT-SIZE="9">constrained rollouts (wheel), keep high-info-gain turns, SFT free-gen</FONT></TD></TR><TR><TD BGCOLOR="#4a4a4a"><FONT COLOR="white" POINT-SIZE="10"><B>0.281 null</B></FONT></TD></TR></TABLE>>];
    infogain_xit_f [label=<<TABLE BORDER="0" CELLBORDER="1" CELLSPACING="0" CELLPADDING="5"><TR><TD BGCOLOR="#a9d3d9"><B>info-gain XIT (free / STaR)</B></TD></TR><TR><TD BGCOLOR="#efefef"><FONT POINT-SIZE="9" COLOR="#222222"><B>≈50M params</B></FONT></TD></TR><TR><TD ALIGN="LEFT"><FONT POINT-SIZE="9">same, free-gen rollouts (no wheel)</FONT></TD></TR><TR><TD BGCOLOR="#4a4a4a"><FONT COLOR="white" POINT-SIZE="10"><B>0.281 null</B></FONT></TD></TR></TABLE>>];
    dpo_fair [label=<<TABLE BORDER="0" CELLBORDER="1" CELLSPACING="0" CELLPADDING="5"><TR><TD BGCOLOR="#a9d3d9"><B>DPO on fair base</B></TD></TR><TR><TD BGCOLOR="#efefef"><FONT POINT-SIZE="9" COLOR="#222222"><B>≈50M params</B></FONT></TD></TR><TR><TD ALIGN="LEFT"><FONT POINT-SIZE="9">the contaminated-winning DPO recipe, clean base</FONT></TD></TR><TR><TD BGCOLOR="#4a4a4a"><FONT COLOR="white" POINT-SIZE="10"><B>0.281 null (every epoch reverted)</B></FONT></TD></TR></TABLE>>];
    grpo_full_fair [label=<<TABLE BORDER="0" CELLBORDER="1" CELLSPACING="0" CELLPADDING="5"><TR><TD BGCOLOR="#a9d3d9"><B>stage-4 long GRPO</B></TD></TR><TR><TD BGCOLOR="#efefef"><FONT POINT-SIZE="9" COLOR="#222222"><B>≈50M params</B></FONT></TD></TR><TR><TD ALIGN="LEFT"><FONT POINT-SIZE="9">stabilized GRPO + full reward from the distilled base, 150 updates</FONT></TD></TR><TR><TD BGCOLOR="#4a4a4a"><FONT COLOR="white" POINT-SIZE="10"><B>flat ~0.33 null</B></FONT></TD></TR></TABLE>>];
    scale_tiny [label=<<TABLE BORDER="0" CELLBORDER="1" CELLSPACING="0" CELLPADDING="5"><TR><TD BGCOLOR="#a9d3d9"><B>scale — tiny</B></TD></TR><TR><TD BGCOLOR="#efefef"><FONT POINT-SIZE="9" COLOR="#222222"><B>1.2M params</B></FONT></TD></TR><TR><TD ALIGN="LEFT"><FONT POINT-SIZE="9">fair recipe, smallest net</FONT></TD></TR><TR><TD BGCOLOR="#4a4a4a"><FONT COLOR="white" POINT-SIZE="10"><B>0.163 (underfits)</B></FONT></TD></TR></TABLE>>];
    scale_base [label=<<TABLE BORDER="0" CELLBORDER="1" CELLSPACING="0" CELLPADDING="5"><TR><TD BGCOLOR="#a9d3d9"><B>scale — base</B></TD></TR><TR><TD BGCOLOR="#efefef"><FONT POINT-SIZE="9" COLOR="#222222"><B>12M params</B></FONT></TD></TR><TR><TD ALIGN="LEFT"><FONT POINT-SIZE="9">fair recipe, mid net</FONT></TD></TR><TR><TD BGCOLOR="#4a4a4a"><FONT COLOR="white" POINT-SIZE="10"><B>0.251 (gap grows)</B></FONT></TD></TR></TABLE>>];
    scale_xl [label=<<TABLE BORDER="0" CELLBORDER="1" CELLSPACING="0" CELLPADDING="5"><TR><TD BGCOLOR="#a9d3d9"><B>scale — xl</B></TD></TR><TR><TD BGCOLOR="#efefef"><FONT POINT-SIZE="9" COLOR="#222222"><B>99M params</B></FONT></TD></TR><TR><TD ALIGN="LEFT"><FONT POINT-SIZE="9">fair recipe, largest net</FONT></TD></TR><TR><TD BGCOLOR="#4a4a4a"><FONT COLOR="white" POINT-SIZE="10"><B>0.270 · valid 0.591 — turns over (&lt; 50M)</B></FONT></TD></TR></TABLE>>];
  }
  subgraph cluster_inf { label=<<B>INFERENCE PROBES (decoding, contaminated bases)</B>>; fontsize=13; color="#cccccc"; style="rounded"; bgcolor="#fbfbfb";
    beam_dict [label=<<TABLE BORDER="0" CELLBORDER="1" CELLSPACING="0" CELLPADDING="5"><TR><TD BGCOLOR="#aac4dd"><B>beam + dictionary decode</B></TD></TR><TR><TD BGCOLOR="#efefef"><FONT POINT-SIZE="9" COLOR="#222222"><B>≈25M params</B></FONT></TD></TR><TR><TD ALIGN="LEFT"><FONT POINT-SIZE="9">beam search ± constrained to real words via trie (no training)</FONT></TD></TR><TR><TD BGCOLOR="#4a4a4a"><FONT COLOR="white" POINT-SIZE="10"><B>greedy 0.392 → beam+dict 0.580</B></FONT></TD></TR></TABLE>>];
    norepeat_decode [label=<<TABLE BORDER="0" CELLBORDER="1" CELLSPACING="0" CELLPADDING="5"><TR><TD BGCOLOR="#aac4dd"><B>beam+dict + no-repeat</B></TD></TR><TR><TD BGCOLOR="#efefef"><FONT POINT-SIZE="9" COLOR="#222222"><B>≈25M params</B></FONT></TD></TR><TR><TD ALIGN="LEFT"><FONT POINT-SIZE="9">beam(10) + dict-trie + never re-emit a prior guess</FONT></TD></TR><TR><TD BGCOLOR="#4a4a4a"><FONT COLOR="white" POINT-SIZE="10"><B>0.596</B></FONT></TD></TR></TABLE>>];
    turn_budget [label=<<TABLE BORDER="0" CELLBORDER="1" CELLSPACING="0" CELLPADDING="5"><TR><TD BGCOLOR="#aac4dd"><B>turn-budget probe</B></TD></TR><TR><TD BGCOLOR="#efefef"><FONT POINT-SIZE="9" COLOR="#222222"><B>≈25M params</B></FONT></TD></TR><TR><TD ALIGN="LEFT"><FONT POINT-SIZE="9">same weights, allow 6/8/10 guesses</FONT></TD></TR><TR><TD BGCOLOR="#4a4a4a"><FONT COLOR="white" POINT-SIZE="10"><B>0.392 flat</B></FONT></TD></TR></TABLE>>];
    passk [label=<<TABLE BORDER="0" CELLBORDER="1" CELLSPACING="0" CELLPADDING="5"><TR><TD BGCOLOR="#aac4dd"><B>pass@N probe</B></TD></TR><TR><TD BGCOLOR="#efefef"><FONT POINT-SIZE="9" COLOR="#222222"><B>≈50M params</B></FONT></TD></TR><TR><TD ALIGN="LEFT"><FONT POINT-SIZE="9">sample N full games/secret, count any win</FONT></TD></TR><TR><TD BGCOLOR="#4a4a4a"><FONT COLOR="white" POINT-SIZE="10"><B>greedy 0.453 → pass@10 0.787</B></FONT></TD></TR></TABLE>>];
    self_consistency [label=<<TABLE BORDER="0" CELLBORDER="1" CELLSPACING="0" CELLPADDING="5"><TR><TD BGCOLOR="#aac4dd"><B>self-consistency vote</B></TD></TR><TR><TD BGCOLOR="#efefef"><FONT POINT-SIZE="9" COLOR="#222222"><B>≈50M params</B></FONT></TD></TR><TR><TD ALIGN="LEFT"><FONT POINT-SIZE="9">sample 12 traces/turn, commit the majority vote (no filter)</FONT></TD></TR><TR><TD BGCOLOR="#4a4a4a"><FONT COLOR="white" POINT-SIZE="10"><B>vote 0.627 vs pass@12 0.953</B></FONT></TD></TR></TABLE>>];
  }
  subgraph cluster_inf2 { label=<<B>INFERENCE on the CLEAN fair weights (aided)</B>>; fontsize=13; color="#cccccc"; style="rounded"; bgcolor="#fbfbfb";
    constrained_decode [label=<<TABLE BORDER="0" CELLBORDER="1" CELLSPACING="0" CELLPADDING="5"><TR><TD BGCOLOR="#aac4dd"><B>constrained-decode diagnostic</B></TD></TR><TR><TD BGCOLOR="#efefef"><FONT POINT-SIZE="9" COLOR="#222222"><B>≈50M params</B></FONT></TD></TR><TR><TD ALIGN="LEFT"><FONT POINT-SIZE="9">greedy masked to real-word spellings; model still deduces</FONT></TD></TR><TR><TD BGCOLOR="#4a4a4a"><FONT COLOR="white" POINT-SIZE="10"><B>0.281 → 0.436 · valid 1.0 — KNOWS the words</B></FONT></TD></TR></TABLE>>];
    bestof16 [label=<<TABLE BORDER="0" CELLBORDER="1" CELLSPACING="0" CELLPADDING="5"><TR><TD BGCOLOR="#aac4dd"><B>best-of-16 (valid vote)</B></TD></TR><TR><TD BGCOLOR="#efefef"><FONT POINT-SIZE="9" COLOR="#222222"><B>≈50M params</B></FONT></TD></TR><TR><TD ALIGN="LEFT"><FONT POINT-SIZE="9">sample 16, keep real words, majority vote</FONT></TD></TR><TR><TD BGCOLOR="#4a4a4a"><FONT COLOR="white" POINT-SIZE="10"><B>0.632 · valid 0.925</B></FONT></TD></TR></TABLE>>];
    bestof16_nodict [label=<<TABLE BORDER="0" CELLBORDER="1" CELLSPACING="0" CELLPADDING="5"><TR><TD BGCOLOR="#aac4dd"><B>best-of-16 NO dict</B></TD></TR><TR><TD BGCOLOR="#efefef"><FONT POINT-SIZE="9" COLOR="#222222"><B>≈50M params</B></FONT></TD></TR><TR><TD ALIGN="LEFT"><FONT POINT-SIZE="9">same, but keep non-words too</FONT></TD></TR><TR><TD BGCOLOR="#4a4a4a"><FONT COLOR="white" POINT-SIZE="10"><B>0.243 — compute alone HURTS</B></FONT></TD></TR></TABLE>>];
    bestof64 [label=<<TABLE BORDER="0" CELLBORDER="1" CELLSPACING="0" CELLPADDING="5"><TR><TD BGCOLOR="#aac4dd"><B>best-of-64</B></TD></TR><TR><TD BGCOLOR="#efefef"><FONT POINT-SIZE="9" COLOR="#222222"><B>≈50M params</B></FONT></TD></TR><TR><TD ALIGN="LEFT"><FONT POINT-SIZE="9">N=64</FONT></TD></TR><TR><TD BGCOLOR="#4a4a4a"><FONT COLOR="white" POINT-SIZE="10"><B>0.703</B></FONT></TD></TR></TABLE>>];
    bestof128 [label=<<TABLE BORDER="0" CELLBORDER="1" CELLSPACING="0" CELLPADDING="5"><TR><TD BGCOLOR="#7fa8cf"><B>best-of-128 — BEST</B></TD></TR><TR><TD BGCOLOR="#efefef"><FONT POINT-SIZE="9" COLOR="#222222"><B>≈50M params</B></FONT></TD></TR><TR><TD ALIGN="LEFT"><FONT POINT-SIZE="9">N=128</FONT></TD></TR><TR><TD BGCOLOR="#1f5e66"><FONT COLOR="white" POINT-SIZE="10"><B>0.719 · valid 0.979 (plateau)</B></FONT></TD></TR></TABLE>>];
-     beam_trie [label=<<TABLE BORDER="0" CELLBORDER="1" CELLSPACING="0" CELLPADDING="5"><TR><TD BGCOLOR="#d0d0d0"><B>beam over real-word trie</B></TD></TR><TR><TD BGCOLOR="#efefef"><FONT POINT-SIZE="9" COLOR="#222222"><B>≈50M params</B></FONT></TD></TR><TR><TD ALIGN="LEFT"><FONT POINT-SIZE="9">sequence-level argmax over valid words</FONT></TD></TR><TR><TD BGCOLOR="#4a4a4a"><FONT COLOR="white" POINT-SIZE="10"><B>queued</B></FONT></TD></TR></TABLE>>];
+     beam_trie [label=<<TABLE BORDER="0" CELLBORDER="1" CELLSPACING="0" CELLPADDING="5"><TR><TD BGCOLOR="#aac4dd"><B>beam over real-word trie</B></TD></TR><TR><TD BGCOLOR="#efefef"><FONT POINT-SIZE="9" COLOR="#222222"><B>≈50M params</B></FONT></TD></TR><TR><TD ALIGN="LEFT"><FONT POINT-SIZE="9">sequence-level argmax over valid words (best deterministic)</FONT></TD></TR><TR><TD BGCOLOR="#4a4a4a"><FONT COLOR="white" POINT-SIZE="10"><B>0.550 · valid 1.0</B></FONT></TD></TR></TABLE>>];
  }
  subgraph cluster_dep { label=<<B>DEPLOYED FRAMING</B>>; fontsize=13; color="#cccccc"; style="rounded"; bgcolor="#fbfbfb";
    deployed [label=<<TABLE BORDER="0" CELLBORDER="1" CELLSPACING="0" CELLPADDING="5"><TR><TD BGCOLOR="#d9c89a"><B>deployed real-Wordle player</B></TD></TR><TR><TD BGCOLOR="#efefef"><FONT POINT-SIZE="9" COLOR="#222222"><B>≈50M params</B></FONT></TD></TR><TR><TD ALIGN="LEFT"><FONT POINT-SIZE="9">trained on all 2,315 known answers (fixed set = the real game)</FONT></TD></TR><TR><TD BGCOLOR="#4a4a4a"><FONT COLOR="white" POINT-SIZE="10"><B>~0.62 (legit deployed, framing)</B></FONT></TD></TR></TABLE>>];
  }
  sft_3m -> sft_5m [label="scale+depth"];
  sft_5m -> sft_25m [label="5x params"];
  sft_25m -> sft_25m_div [label="diverse secrets"];
  sft_25m -> scale_99m [label="pure scale"];
  scale_99m -> codesign_50m [label="redesign+curriculum"];
  codesign_50m -> sft_deep [label="isolate redesign, converge"];
  sft_deep -> sft_aux [label="add spelling loss"];
  sft_aux -> sft_aux_xl [label="scale aux"];
  sft_3m -> bpe_12m [label="swap to BPE"];
  bpe_12m -> bpe_50m [label="capacity test"];
  oreo_11m -> oreo_50m [label="scale"];
  sft_aux -> structured_ctx [label="add state block"];
  sft_aux -> passk [label="pass@N probe"];
  sft_25m -> beam_dict [label="beam+dict"];
  sft_25m -> norepeat_decode [label="+no-repeat"];
  sft_25m -> turn_budget [label="more guesses"];
  passk -> cot_14m [label="reason to surface latent"];
  cot_14m -> cot_50m [label="scale CoT"];
  cot_50m -> cot_50m_aux [label="+aux"];
  cot_50m -> cot_show [label="integrity A/B"];
  cot_show -> cot_eph [label="throwaway scratchpad (fix leak)"];
  sft_deep -> cot_eph [label="matched baseline"];
  cot_eph -> cot_eph_aux [label="stack +aux"];
  sft_aux -> cot_eph_aux [label="the spelling lever"];
  sft_5m -> grpo_5m [label="RL?"];
  grpo_5m -> grpo_5m_div [label="diverse"];
  sft_25m -> self_distill_25m [label="bank spelling"];
  self_distill_25m -> rl_consistency [label="legality reward"];
  self_distill_25m -> rl_perguess [label="per-guess credit"];
  self_distill_25m -> rl_dict [label="dict-in-loop"];
  self_distill_25m -> rl_constrained [label="surface the answer"];
  sft_aux -> rl_polish [label="polish best"];
  sft_aux -> rl_infogain [label="info-gain term"];
  cot_eph_aux -> rl_expert_10row [label="expert-iter"];
  rl_expert_10row -> rl_expert_tail [label="reachability"];
  rl_expert_10row -> rl_grpo_polish [label="token-GRPO"];
  cot_eph_aux -> self_consistency [label="vote vs pass@N"];
  cot_eph_aux -> dpo_commit [label="DPO commit"];
  cot_eph_aux -> dpo_decisive [label="clean pairs"];
  dpo_commit -> dpo_guessonly [label="guess-only"];
  cot_eph_aux -> constraint_aux [label="train-in reward"];
  dpo_commit -> dagger_v1 [label="failure relabel"];
  dpo_commit -> rl_grpo_reward [label="GRPO+reward"];
  dpo_commit -> rl_grpo_guessonly [label="guess-only credit"];
  dagger_v1 -> dagger_v2 [label="full coverage"];
  cot_eph_aux -> audit [label="is it correct?"];
  dpo_commit -> audit [label="audit 0.631 too"];
  cot_eph_aux -> clean_rerun [label="re-run leak-free"];
  clean_rerun -> overnight_clean_sft [label="clean base"];
  overnight_clean_sft -> overnight_clean_dpo [label="DPO"];
  overnight_clean_sft -> overnight_clean_grpo [label="GRPO"];
  overnight_clean_sft -> overnight_clean_dagger [label="DAgger"];
  overnight_clean_dagger -> overnight_clean_dagger2 [label="×2"];
  overnight_clean_sft -> fair_stage1 [label="know dict, hide answers"];
  fair_stage1 -> distill_constrained [label="push validity"];
  fair_stage1 -> infogain_xit_c [label="info-gain XIT"];
  fair_stage1 -> infogain_xit_f [label="free / STaR"];
  fair_stage1 -> dpo_fair [label="retry DPO clean"];
  distill_constrained -> grpo_full_fair [label="long GRPO"];
  fair_stage1 -> scale_tiny [label="shrink"];
  fair_stage1 -> scale_base [label="mid"];
  fair_stage1 -> scale_xl [label="grow"];
  fair_stage1 -> constrained_decode [label="mask spelling (diagnostic)"];
  fair_stage1 -> bestof16 [label="test-time compute"];
  fair_stage1 -> bestof16_nodict [label="no-dict ablation"];
  bestof16 -> bestof64 [label="N=64"];
  bestof64 -> bestof128 [label="N=128"];
  fair_stage1 -> beam_trie [label="beam"];
  cot_eph_aux -> deployed [label="deployed framing"];
  dpo_commit -> deployed [label="best deployed"];
}
